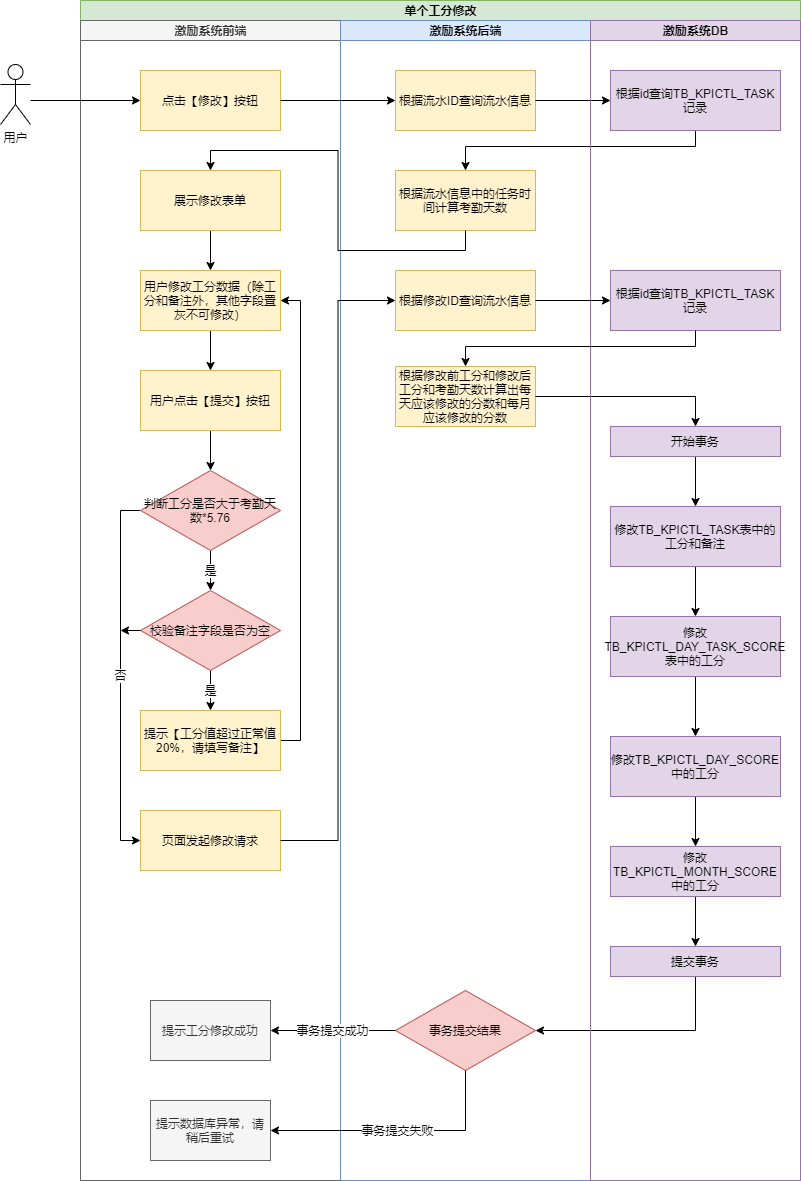
julingpu/coffee keeps this draw.io diagram as 工分修改.png. Above is the earlier version. Source tidied: cells renumbered, new cells last; positions are measured from the earlier drawing's top-left corner, leaving out a move shared by most shapes.
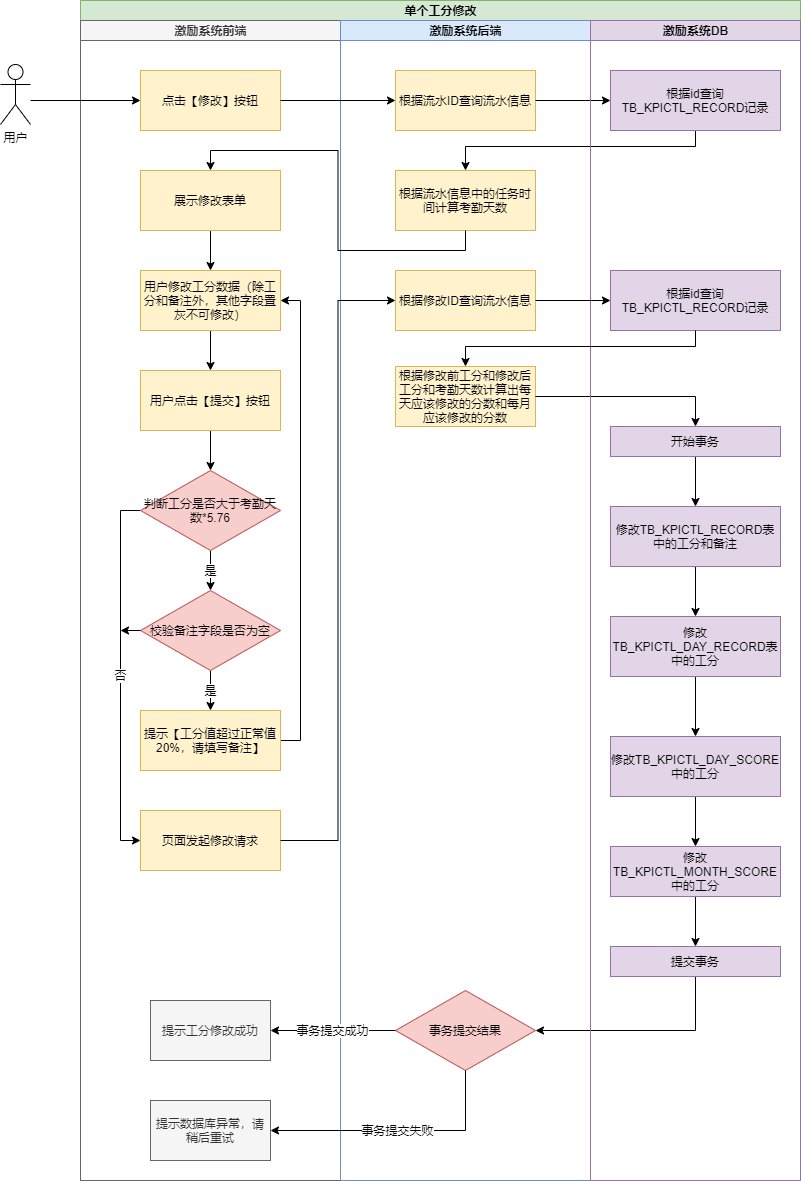
The same file after the commit.

Diff of the diagram source:
```diff
@@ -118,13 +118,13 @@
     <mxCell id="35" style="edgeStyle=orthogonalEdgeStyle;rounded=0;jettySize=auto;html=1;exitX=0.5;exitY=1;exitDx=0;exitDy=0;" parent="34" edge="1" source="36" target="38">
       <mxGeometry relative="1" as="geometry" />
     </mxCell>
-    <mxCell id="36" value="修改TB_KPICTL_TASK表中的工分和备注" style="rounded=0;whiteSpace=wrap;html=1;fontFamily=Helvetica;fontSize=12;align=center;fillColor=#e1d5e7;strokeColor=#9673a6;" parent="34" vertex="1">
+    <mxCell id="36" value="修改TB_KPICTL_RECORD表中的工分和备注" style="rounded=0;whiteSpace=wrap;html=1;fontFamily=Helvetica;fontSize=12;align=center;fillColor=#e1d5e7;strokeColor=#9673a6;" parent="34" vertex="1">
       <mxGeometry x="20" y="486" width="170" height="60" as="geometry" />
     </mxCell>
     <mxCell id="37" style="edgeStyle=orthogonalEdgeStyle;rounded=0;jettySize=auto;html=1;exitX=0.5;exitY=1;exitDx=0;exitDy=0;entryX=0.5;entryY=0;entryDx=0;entryDy=0;" parent="34" edge="1" source="38" target="40">
       <mxGeometry relative="1" as="geometry" />
     </mxCell>
-    <mxCell id="38" value="修改TB_KPICTL_DAY_TASK_SCORE表中的工分" style="rounded=0;whiteSpace=wrap;html=1;fontFamily=Helvetica;fontSize=12;align=center;fillColor=#e1d5e7;strokeColor=#9673a6;" parent="34" vertex="1">
+    <mxCell id="38" value="修改TB_KPICTL_DAY_RECORD表中的工分" style="rounded=0;whiteSpace=wrap;html=1;fontFamily=Helvetica;fontSize=12;align=center;fillColor=#e1d5e7;strokeColor=#9673a6;" parent="34" vertex="1">
       <mxGeometry x="20" y="596" width="170" height="60" as="geometry" />
     </mxCell>
     <mxCell id="39" style="edgeStyle=orthogonalEdgeStyle;rounded=0;jettySize=auto;html=1;exitX=0.5;exitY=1;exitDx=0;exitDy=0;entryX=0.5;entryY=0;entryDx=0;entryDy=0;" parent="34" edge="1" source="40" target="42">
@@ -148,10 +148,10 @@
     <mxCell id="45" value="提交事务" style="rounded=0;whiteSpace=wrap;html=1;fontFamily=Helvetica;fontSize=12;align=center;fillColor=#e1d5e7;strokeColor=#9673a6;" parent="34" vertex="1">
       <mxGeometry x="20" y="926" width="170" height="30" as="geometry" />
     </mxCell>
-    <mxCell id="46" value="根据id查询TB_KPICTL_TASK记录" style="rounded=0;whiteSpace=wrap;html=1;fontFamily=Helvetica;fontSize=12;align=center;fillColor=#e1d5e7;strokeColor=#9673a6;" parent="34" vertex="1">
+    <mxCell id="46" value="根据id查询TB_KPICTL_RECORD记录" style="rounded=0;whiteSpace=wrap;html=1;fontFamily=Helvetica;fontSize=12;align=center;fillColor=#e1d5e7;strokeColor=#9673a6;" parent="34" vertex="1">
       <mxGeometry x="20" y="50" width="170" height="60" as="geometry" />
     </mxCell>
-    <mxCell id="47" value="根据id查询TB_KPICTL_TASK记录" style="rounded=0;whiteSpace=wrap;html=1;fontFamily=Helvetica;fontSize=12;align=center;fillColor=#e1d5e7;strokeColor=#9673a6;" parent="34" vertex="1">
+    <mxCell id="47" value="根据id查询TB_KPICTL_RECORD记录" style="rounded=0;whiteSpace=wrap;html=1;fontFamily=Helvetica;fontSize=12;align=center;fillColor=#e1d5e7;strokeColor=#9673a6;" parent="34" vertex="1">
       <mxGeometry x="20" y="250" width="170" height="60" as="geometry" />
     </mxCell>
     <mxCell id="48" style="endArrow=classic;html=1;entryX=0;entryY=0.5;entryDx=0;entryDy=0;exitX=1;exitY=0.5;exitDx=0;exitDy=0;" parent="2" edge="1" source="7" target="24">
```
